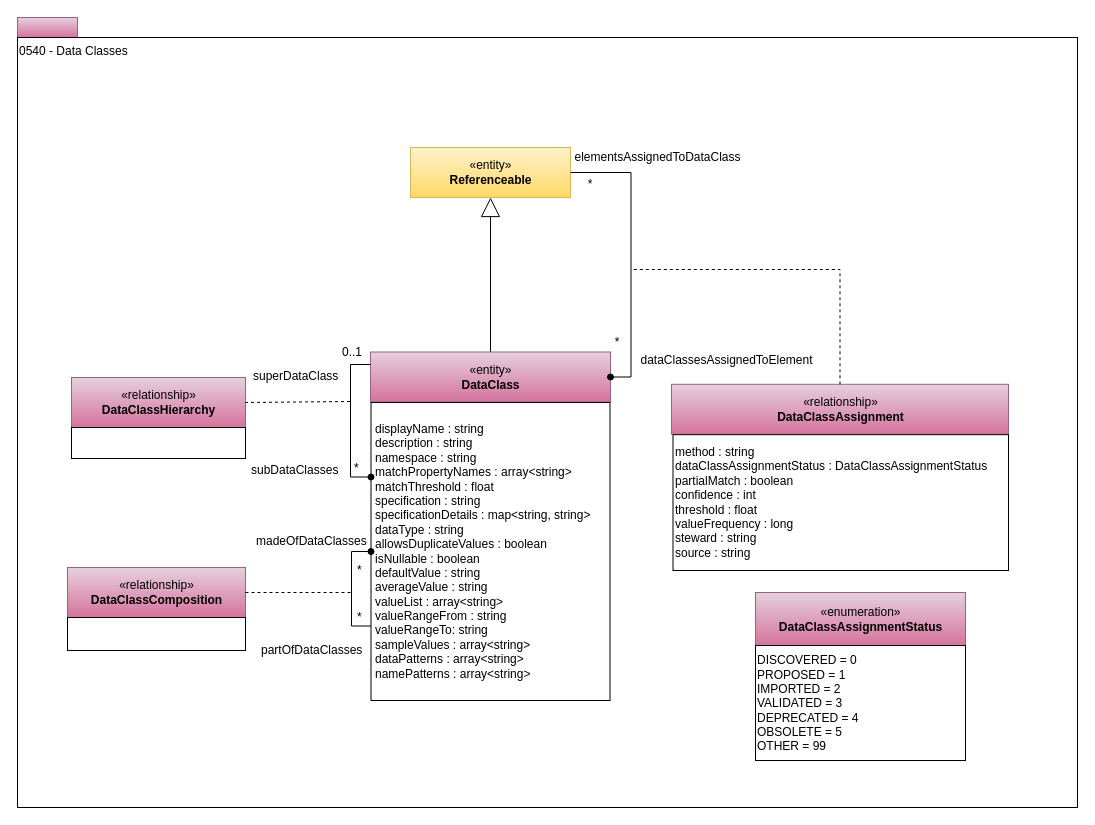
Earlier version of the draw.io diagram page "0540-Data-Classes" (25 of 36) of site/docs/types/5/area-5-models-and-schema.drawio (odpi/egeria-docs). Source tidied: cells renumbered, new cells numbered last; positions are measured from the earlier drawing's top-left corner, leaving out a move shared by most shapes. Both pictures are drawn from the tidied source at 100%, with x=0, y=0 at pixel (17, 17).
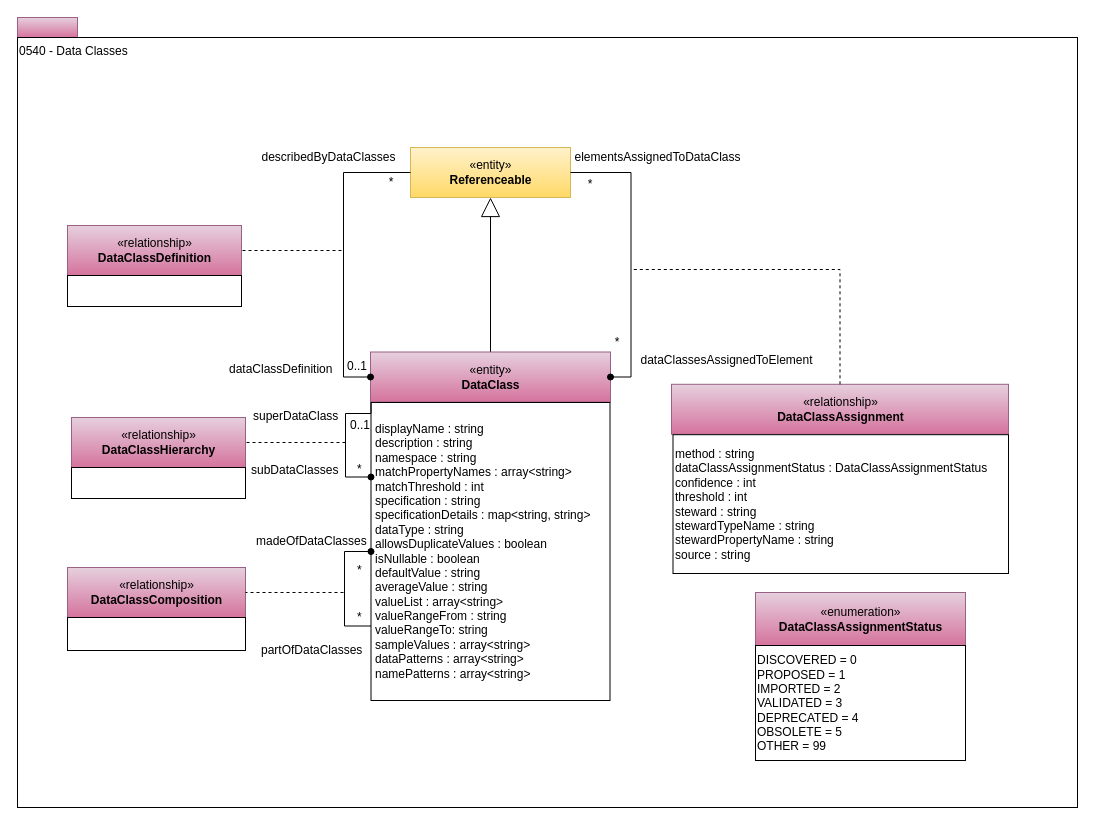
The same diagram, later.

Unchanged cells that the change refers to:
```xml
<mxCell id="5" value="«entity»&lt;br&gt;&lt;b&gt;DataClass&lt;/b&gt;" style="html=1;strokeColor=#996185;align=center;fillColor=#e6d0de;gradientColor=#d5739d;" parent="1" vertex="1">
  <mxGeometry x="353" y="334.5" width="240" height="50" as="geometry" />
</mxCell>
<mxCell id="7" value="«entity»&lt;br&gt;&lt;b&gt;Referenceable&lt;/b&gt;" style="html=1;strokeColor=#d6b656;align=center;fillColor=#fff2cc;gradientColor=#ffd966;" parent="1" vertex="1">
  <mxGeometry x="393" y="130" width="160" height="50" as="geometry" />
</mxCell>
<mxCell id="20" value="«relationship»&lt;br&gt;&lt;b&gt;DataClassComposition&lt;/b&gt;" style="html=1;strokeColor=#996185;align=center;fillColor=#e6d0de;gradientColor=#d5739d;" parent="1" vertex="1">
  <mxGeometry x="50" y="550" width="178" height="50" as="geometry" />
</mxCell>
```

Change to the diagram source:
```diff
@@
-    <mxCell id="6" value="&lt;span&gt;displayName : string&lt;/span&gt;&lt;br&gt;&lt;span&gt;description : string&lt;/span&gt;&lt;br&gt;&lt;span&gt;namespace : string&lt;/span&gt;&lt;div&gt;matchPropertyNames : array&amp;lt;string&amp;gt;&lt;/div&gt;&lt;div&gt;&lt;div&gt;matchThreshold : float&lt;/div&gt;&lt;div&gt;&lt;/div&gt;&lt;span&gt;specification : string&lt;/span&gt;&lt;br&gt;&lt;span&gt;specificationDetails : map&amp;lt;string, string&amp;gt;&lt;/span&gt;&lt;div&gt;&lt;span&gt;dataType : string&lt;/span&gt;&lt;/div&gt;&lt;div&gt;&lt;span style=&quot;background-color: transparent; color: light-dark(rgb(0, 0, 0), rgb(255, 255, 255));&quot;&gt;allowsDuplicateValues : boolean&lt;/span&gt;&lt;/div&gt;&lt;div&gt;&lt;span style=&quot;background-color: transparent; color: light-dark(rgb(0, 0, 0), rgb(255, 255, 255));&quot;&gt;isNullable : boolean&lt;/span&gt;&lt;/div&gt;&lt;div&gt;&lt;div&gt;&lt;/div&gt;&lt;/div&gt;&lt;div&gt;&lt;span style=&quot;background-color: transparent; color: light-dark(rgb(0, 0, 0), rgb(255, 255, 255));&quot;&gt;defaultValue : string&lt;/span&gt;&lt;br&gt;&lt;/div&gt;&lt;div&gt;&lt;span style=&quot;background-color: transparent; color: light-dark(rgb(0, 0, 0), rgb(255, 255, 255));&quot;&gt;averageValue : string&lt;/span&gt;&lt;/div&gt;&lt;div&gt;valueList : array&amp;lt;string&amp;gt;&lt;/div&gt;&lt;div&gt;valueRangeFrom : string&lt;/div&gt;&lt;div&gt;valueRangeTo: string&lt;/div&gt;&lt;div&gt;sampleValues : array&amp;lt;string&amp;gt;&lt;br&gt;dataPatterns : array&amp;lt;string&amp;gt;&lt;br&gt;namePatterns : array&amp;lt;string&amp;gt;&lt;span&gt;&lt;/span&gt;&lt;/div&gt;&lt;/div&gt;" style="rounded=0;whiteSpace=wrap;html=1;strokeColor=#000000;gradientColor=#ffffff;align=left;spacingLeft=2;" parent="1" vertex="1">
+    <mxCell id="6" value="&lt;span&gt;displayName : string&lt;/span&gt;&lt;br&gt;&lt;span&gt;description : string&lt;/span&gt;&lt;br&gt;&lt;span&gt;namespace : string&lt;/span&gt;&lt;div&gt;matchPropertyNames : array&amp;lt;string&amp;gt;&lt;/div&gt;&lt;div&gt;&lt;div&gt;matchThreshold : int&lt;/div&gt;&lt;div&gt;&lt;/div&gt;&lt;span&gt;specification : string&lt;/span&gt;&lt;br&gt;&lt;span&gt;specificationDetails : map&amp;lt;string, string&amp;gt;&lt;/span&gt;&lt;div&gt;&lt;span&gt;dataType : string&lt;/span&gt;&lt;/div&gt;&lt;div&gt;&lt;span style=&quot;background-color: transparent; color: light-dark(rgb(0, 0, 0), rgb(255, 255, 255));&quot;&gt;allowsDuplicateValues : boolean&lt;/span&gt;&lt;/div&gt;&lt;div&gt;&lt;span style=&quot;background-color: transparent; color: light-dark(rgb(0, 0, 0), rgb(255, 255, 255));&quot;&gt;isNullable : boolean&lt;/span&gt;&lt;/div&gt;&lt;div&gt;&lt;div&gt;&lt;/div&gt;&lt;/div&gt;&lt;div&gt;&lt;span style=&quot;background-color: transparent; color: light-dark(rgb(0, 0, 0), rgb(255, 255, 255));&quot;&gt;defaultValue : string&lt;/span&gt;&lt;br&gt;&lt;/div&gt;&lt;div&gt;&lt;span style=&quot;background-color: transparent; color: light-dark(rgb(0, 0, 0), rgb(255, 255, 255));&quot;&gt;averageValue : string&lt;/span&gt;&lt;/div&gt;&lt;div&gt;valueList : array&amp;lt;string&amp;gt;&lt;/div&gt;&lt;div&gt;valueRangeFrom : string&lt;/div&gt;&lt;div&gt;valueRangeTo: string&lt;/div&gt;&lt;div&gt;sampleValues : array&amp;lt;string&amp;gt;&lt;br&gt;dataPatterns : array&amp;lt;string&amp;gt;&lt;br&gt;namePatterns : array&amp;lt;string&amp;gt;&lt;span&gt;&lt;/span&gt;&lt;/div&gt;&lt;/div&gt;" style="rounded=0;whiteSpace=wrap;html=1;strokeColor=#000000;gradientColor=#ffffff;align=left;spacingLeft=2;" parent="1" vertex="1">
       <mxGeometry x="353.5" y="385" width="239" height="298" as="geometry" />
     </mxCell>
@@
     <mxCell id="8" value="«relationship»&lt;br&gt;&lt;b&gt;DataClassHierarchy&lt;/b&gt;" style="html=1;strokeColor=#996185;align=center;fillColor=#e6d0de;gradientColor=#d5739d;" parent="1" vertex="1">
-      <mxGeometry x="54" y="360" width="174" height="50" as="geometry" />
+      <mxGeometry x="54" y="400" width="174" height="50" as="geometry" />
     </mxCell>
     <mxCell id="9" style="endArrow=none;dashed=1;html=1;entryX=1;entryY=0.5;" parent="1" edge="1" target="8">
       <mxGeometry relative="1" as="geometry">
-        <mxPoint x="332.5" y="384" as="sourcePoint" />
+        <mxPoint x="328" y="425" as="sourcePoint" />
       </mxGeometry>
     </mxCell>
     <mxCell id="10" style="rounded=0;whiteSpace=wrap;html=1;strokeColor=#000000;gradientColor=#ffffff;align=center;" parent="1" vertex="1">
-      <mxGeometry x="54" y="410" width="174" height="31" as="geometry" />
+      <mxGeometry x="54" y="450" width="174" height="31" as="geometry" />
     </mxCell>
@@
-    <mxCell id="18" value="&lt;span&gt;method : string&lt;/span&gt;&lt;br&gt;&lt;span&gt;dataClassAssignmentStatus : DataClassAssignmentStatus&lt;/span&gt;&lt;br&gt;&lt;span&gt;partialMatch : boolean&lt;/span&gt;&lt;br&gt;&lt;span&gt;confidence : int&lt;/span&gt;&lt;br&gt;&lt;span&gt;threshold : float&lt;/span&gt;&lt;br&gt;&lt;span&gt;valueFrequency : long&lt;/span&gt;&lt;br&gt;&lt;span&gt;steward : string&lt;/span&gt;&lt;br&gt;&lt;span&gt;source : string&lt;/span&gt;" style="rounded=0;whiteSpace=wrap;html=1;strokeColor=#000000;gradientColor=#ffffff;align=left;" parent="1" vertex="1">
-      <mxGeometry x="655.5" y="417.2" width="335.5" height="135.8" as="geometry" />
+    <mxCell id="18" value="&lt;span&gt;method : string&lt;/span&gt;&lt;br&gt;&lt;span&gt;dataClassAssignmentStatus : DataClassAssignmentStatus&lt;/span&gt;&lt;br&gt;&lt;span&gt;confidence : int&lt;/span&gt;&lt;br&gt;&lt;span&gt;threshold : int&lt;/span&gt;&lt;br&gt;&lt;span&gt;steward : string&lt;/span&gt;&lt;div&gt;stewardTypeName : string&lt;/div&gt;&lt;div&gt;stewardPropertyName : string&lt;br&gt;&lt;span&gt;source : string&lt;/span&gt;&lt;/div&gt;" style="rounded=0;whiteSpace=wrap;html=1;strokeColor=#000000;gradientColor=#ffffff;align=left;" parent="1" vertex="1">
+      <mxGeometry x="655.5" y="417.2" width="335.5" height="138.8" as="geometry" />
     </mxCell>
@@
     <mxCell id="21" style="endArrow=none;dashed=1;html=1;entryX=1;entryY=0.5;" parent="1" edge="1" target="20">
       <mxGeometry relative="1" as="geometry">
-        <mxPoint x="333" y="575" as="sourcePoint" />
+        <mxPoint x="326" y="575" as="sourcePoint" />
       </mxGeometry>
     </mxCell>
@@
     <mxCell id="23" value="superDataClass" style="text;html=1;align=left;verticalAlign=top;spacingTop=-4;" parent="1" vertex="1">
-      <mxGeometry x="234" y="349" width="95" height="14" as="geometry" />
+      <mxGeometry x="234" y="389" width="95" height="14" as="geometry" />
     </mxCell>
     <mxCell id="24" value="0..1" style="text;html=1;align=left;verticalAlign=top;spacingTop=-4;" parent="1" vertex="1">
-      <mxGeometry x="323" y="325" width="30" height="14" as="geometry" />
+      <mxGeometry x="330.5" y="398" width="30" height="14" as="geometry" />
     </mxCell>
     <mxCell id="25" value="*" style="text;html=1;align=left;verticalAlign=top;spacingTop=-4;" parent="1" vertex="1">
-      <mxGeometry x="335" y="441" width="15" height="14" as="geometry" />
+      <mxGeometry x="338" y="442" width="15" height="14" as="geometry" />
     </mxCell>
@@
-    <mxCell id="31" style="edgeStyle=orthogonalEdgeStyle;rounded=0;jettySize=auto;html=1;exitX=0;exitY=0.25;exitDx=0;exitDy=0;entryX=0;entryY=0.25;entryDx=0;entryDy=0;endArrow=oval;endFill=1;" parent="1" edge="1" source="5" target="6">
-      <mxGeometry relative="1" as="geometry" />
+    <mxCell id="31" style="edgeStyle=orthogonalEdgeStyle;rounded=0;orthogonalLoop=1;jettySize=auto;html=1;exitX=0;exitY=0;exitDx=0;exitDy=0;entryX=0;entryY=0.25;entryDx=0;entryDy=0;endArrow=oval;endFill=1;" parent="1" edge="1" source="6" target="6">
+      <mxGeometry relative="1" as="geometry">
+        <Array as="points">
+          <mxPoint x="354" y="396" />
+          <mxPoint x="328" y="396" />
+          <mxPoint x="328" y="460" />
+        </Array>
+      </mxGeometry>
     </mxCell>
     <mxCell id="32" style="edgeStyle=orthogonalEdgeStyle;rounded=0;orthogonalLoop=1;jettySize=auto;html=1;exitX=0;exitY=0.5;exitDx=0;exitDy=0;entryX=0;entryY=0.75;entryDx=0;entryDy=0;endArrow=none;endFill=0;startArrow=oval;startFill=1;" parent="1" edge="1" source="6" target="6">
       <mxGeometry relative="1" as="geometry">
         <Array as="points">
-          <mxPoint x="334" y="534" />
-          <mxPoint x="334" y="609" />
+          <mxPoint x="327" y="534" />
+          <mxPoint x="327" y="609" />
         </Array>
       </mxGeometry>
     </mxCell>
@@
+    <mxCell id="34" style="edgeStyle=orthogonalEdgeStyle;rounded=0;jettySize=auto;html=1;exitX=0;exitY=0.5;exitDx=0;exitDy=0;entryX=0;entryY=0.5;entryDx=0;entryDy=0;endArrow=oval;endFill=1;" parent="1" edge="1" source="7" target="5">
+      <mxGeometry relative="1" as="geometry">
+        <Array as="points">
+          <mxPoint x="326" y="155" />
+          <mxPoint x="326" y="360" />
+        </Array>
+      </mxGeometry>
+    </mxCell>
+    <mxCell id="35" value="0..1" style="text;html=1;align=left;verticalAlign=top;spacingTop=-4;" parent="1" vertex="1">
+      <mxGeometry x="327.5" y="339" width="30" height="14" as="geometry" />
+    </mxCell>
+    <mxCell id="36" value="*" style="text;html=1;strokeColor=none;fillColor=none;align=center;verticalAlign=middle;whiteSpace=wrap;rounded=0;" parent="1" vertex="1">
+      <mxGeometry x="353.5" y="155" width="40" height="20" as="geometry" />
+    </mxCell>
+    <mxCell id="37" value="describedByDataClasses" style="text;html=1;strokeColor=none;fillColor=none;align=center;verticalAlign=middle;whiteSpace=wrap;rounded=0;" parent="1" vertex="1">
+      <mxGeometry x="239" y="130" width="145" height="20" as="geometry" />
+    </mxCell>
+    <mxCell id="38" value="dataClassDefinition" style="text;html=1;align=left;verticalAlign=top;spacingTop=-4;" parent="1" vertex="1">
+      <mxGeometry x="209.5" y="342" width="121" height="20" as="geometry" />
+    </mxCell>
+    <mxCell id="39" value="«relationship»&lt;br&gt;&lt;b&gt;DataClassDefinition&lt;/b&gt;" style="html=1;strokeColor=#996185;align=center;fillColor=#e6d0de;gradientColor=#d5739d;" parent="1" vertex="1">
+      <mxGeometry x="50" y="208" width="174" height="50" as="geometry" />
+    </mxCell>
+    <mxCell id="40" style="endArrow=none;dashed=1;html=1;entryX=1;entryY=0.5;" parent="1" edge="1" target="39">
+      <mxGeometry relative="1" as="geometry">
+        <mxPoint x="324" y="233" as="sourcePoint" />
+      </mxGeometry>
+    </mxCell>
+    <mxCell id="41" style="rounded=0;whiteSpace=wrap;html=1;strokeColor=#000000;gradientColor=#ffffff;align=center;" parent="1" vertex="1">
+      <mxGeometry x="50" y="258" width="174" height="31" as="geometry" />
+    </mxCell>
```
